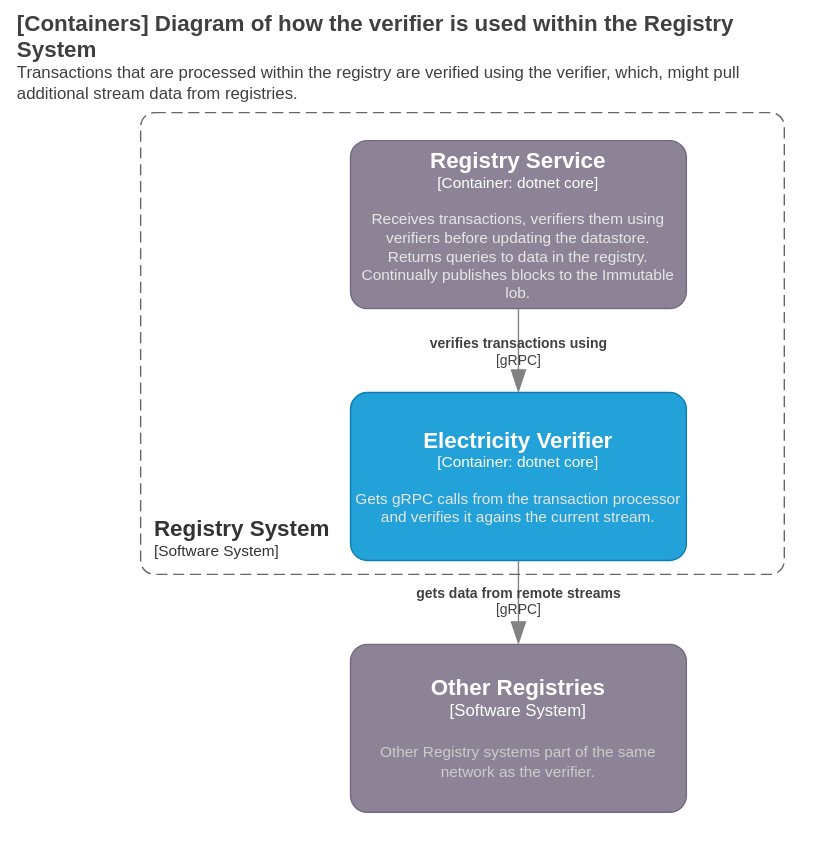
The draw.io diagram doc/diagrams/container_diagram.drawio.svg in project-origin/verifier_electricity, before a commit. Source tidied: cells renumbered, new cells last; positions are measured from the earlier drawing's top-left corner, leaving out a move shared by most shapes.
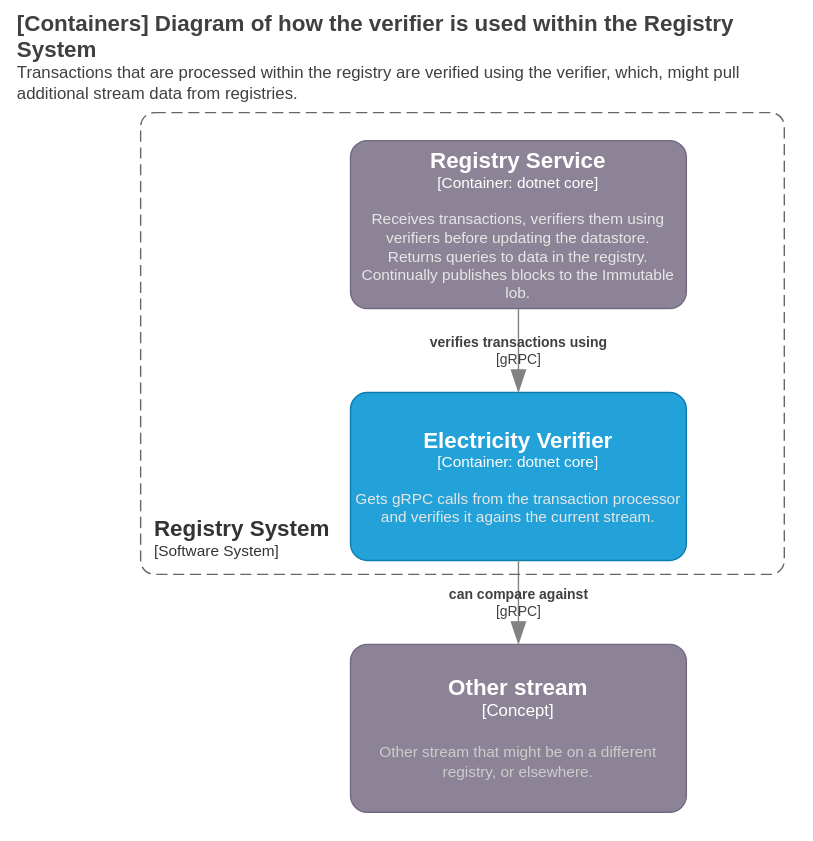
The same file after the commit.

Change to the diagram source:
```diff
@@ -10,12 +10,12 @@
         <mxGeometry x="250" y="280" width="240" height="120" as="geometry" />
       </mxCell>
     </object>
-    <object id="4" label="&lt;font style=&quot;font-size: 16px&quot;&gt;&lt;b&gt;%c4Name%&lt;/b&gt;&lt;/font&gt;&lt;div&gt;[%c4Type%]&lt;/div&gt;&lt;br&gt;&lt;div&gt;&lt;font style=&quot;font-size: 11px&quot;&gt;&lt;font color=&quot;#cccccc&quot;&gt;%c4Description%&lt;/font&gt;&lt;/div&gt;" c4Description="Other Registry systems part of the same network as the verifier." c4Name="Other Registries" c4Type="Software System" placeholders="1">
+    <object id="4" label="&lt;font style=&quot;font-size: 16px&quot;&gt;&lt;b&gt;%c4Name%&lt;/b&gt;&lt;/font&gt;&lt;div&gt;[%c4Type%]&lt;/div&gt;&lt;br&gt;&lt;div&gt;&lt;font style=&quot;font-size: 11px&quot;&gt;&lt;font color=&quot;#cccccc&quot;&gt;%c4Description%&lt;/font&gt;&lt;/div&gt;" c4Description="Other stream that might be on a different registry, or elsewhere." c4Name="Other stream" c4Type="Concept" placeholders="1">
       <mxCell style="rounded=1;whiteSpace=wrap;html=1;labelBackgroundColor=none;fillColor=#8C8496;fontColor=#ffffff;align=center;arcSize=10;strokeColor=#736782;points=[[0.25,0,0],[0.5,0,0],[0.75,0,0],[1,0.25,0],[1,0.5,0],[1,0.75,0],[0.75,1,0],[0.5,1,0],[0.25,1,0],[0,0.75,0],[0,0.5,0],[0,0.25,0]];" parent="1" vertex="1">
         <mxGeometry x="250" y="460" width="240" height="120" as="geometry" />
       </mxCell>
     </object>
-    <object id="5" label="&lt;div style=&quot;text-align: left&quot;&gt;&lt;div style=&quot;text-align: center&quot;&gt;&lt;b&gt;%c4Description%&lt;/b&gt;&lt;/div&gt;&lt;div style=&quot;text-align: center&quot;&gt;[%c4Technology%]&lt;/div&gt;&lt;/div&gt;" c4Description="gets data from remote streams" c4Technology="gRPC" c4Type="Relationship" placeholders="1">
+    <object id="5" label="&lt;div style=&quot;text-align: left&quot;&gt;&lt;div style=&quot;text-align: center&quot;&gt;&lt;b&gt;%c4Description%&lt;/b&gt;&lt;/div&gt;&lt;div style=&quot;text-align: center&quot;&gt;[%c4Technology%]&lt;/div&gt;&lt;/div&gt;" c4Description="can compare against" c4Technology="gRPC" c4Type="Relationship" placeholders="1">
       <mxCell style="endArrow=blockThin;html=1;fontSize=10;fontColor=#404040;strokeWidth=1;endFill=1;strokeColor=#828282;elbow=vertical;endSize=14;startSize=14;jumpStyle=arc;jumpSize=16;rounded=0;edgeStyle=orthogonalEdgeStyle;exitX=0.5;exitY=1;exitDx=0;exitDy=0;exitPerimeter=0;labelBackgroundColor=none;" parent="1" edge="1" source="3" target="4">
         <mxGeometry relative="1" as="geometry" />
       </mxCell>
```
